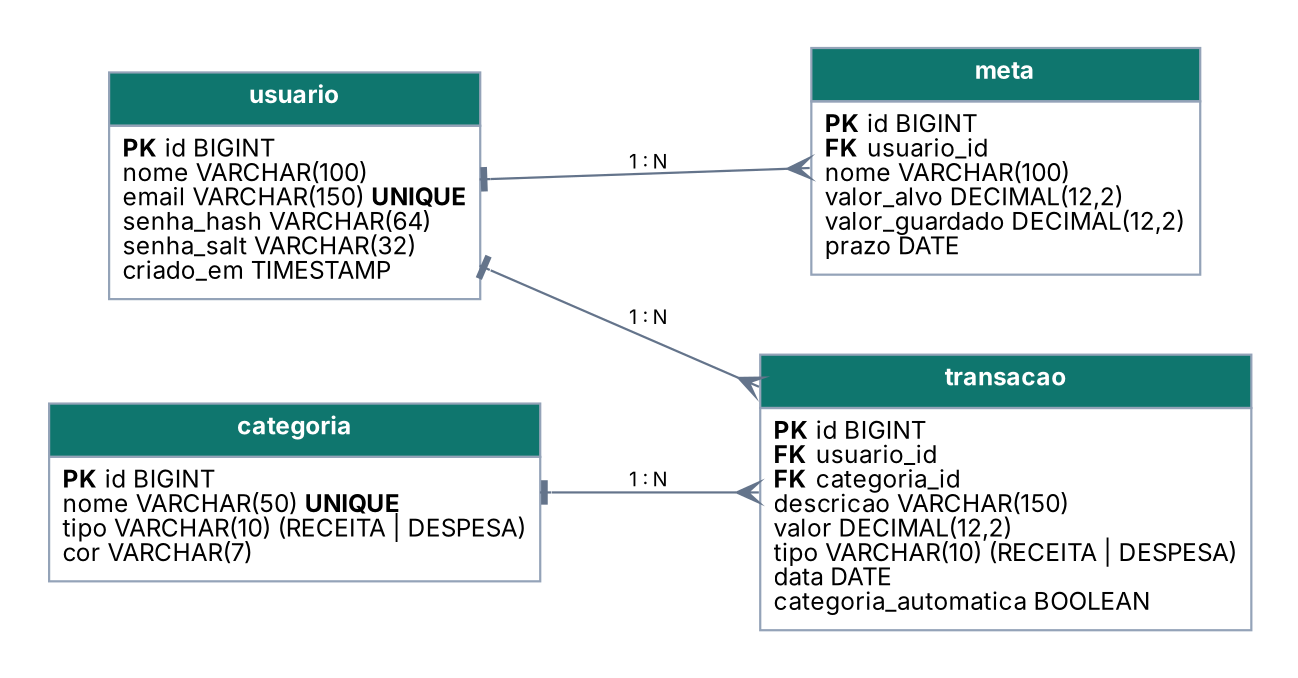
gabrielleonidass/FinIA keeps this Graphviz diagram as docs/der.png. Above is the earlier version. Its source is kept beside it as docs/der.dot.
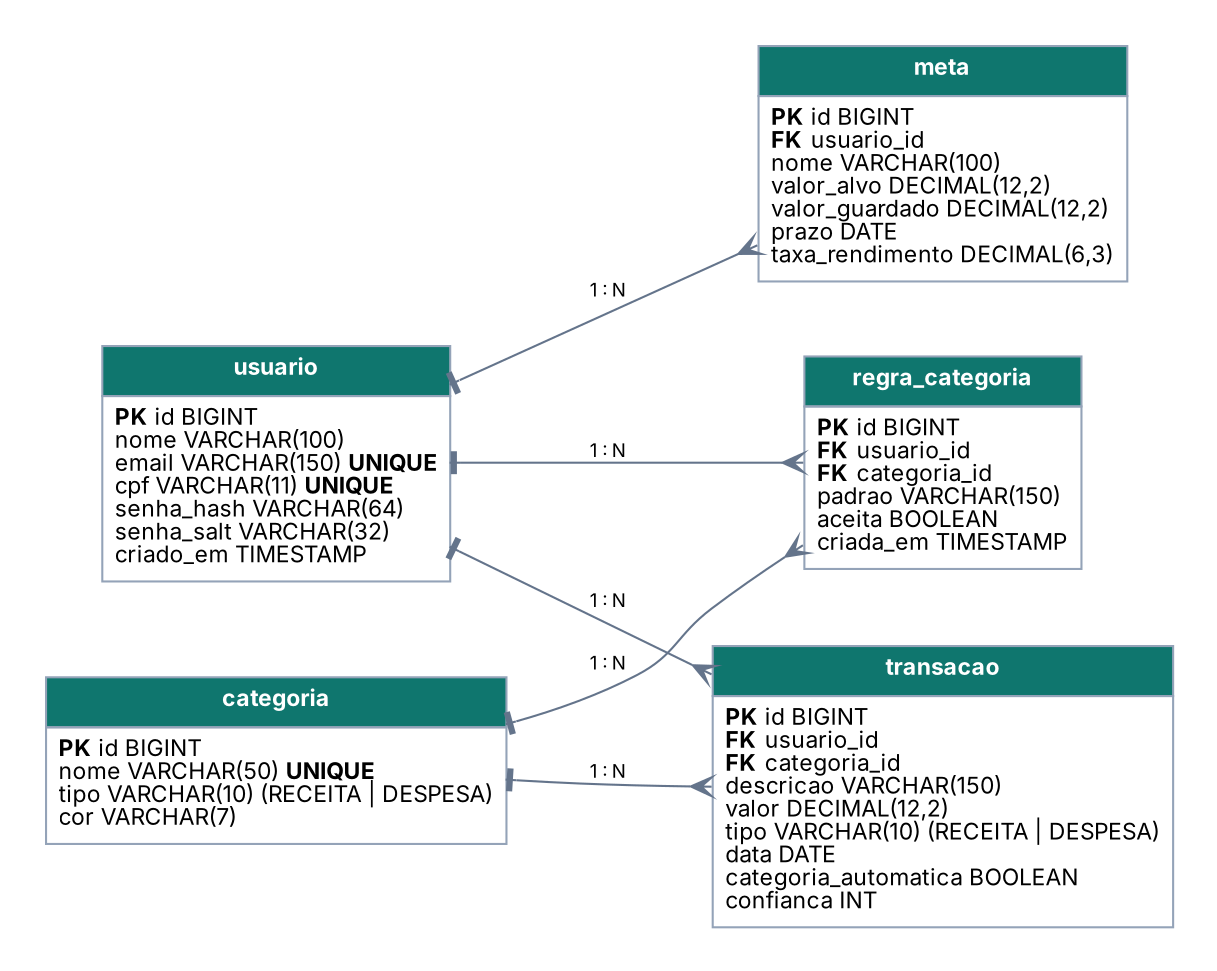
The same file after the commit.

The edit, as a diff of the source:
```diff
@@ -2,11 +2,14 @@
   graph [rankdir=LR, fontname="Inter", bgcolor="white", nodesep=0.5, ranksep=1.0, pad=0.3];
   node [shape=plain, fontname="Inter", fontsize=11];
   edge [fontname="Inter", fontsize=9, color="#64748b", arrowhead=crow, arrowtail=tee, dir=both];
-  usuario [label=<<table border="0" cellborder="1" cellspacing="0" cellpadding="5" color="#94a3b8"><tr><td bgcolor="#0f766e"><font color="white"><b>usuario</b></font></td></tr><tr><td align="left"><b>PK</b> id BIGINT<br align="left"/>nome VARCHAR(100)<br align="left"/>email VARCHAR(150) <b>UNIQUE</b><br align="left"/>senha_hash VARCHAR(64)<br align="left"/>senha_salt VARCHAR(32)<br align="left"/>criado_em TIMESTAMP<br align="left"/></td></tr></table>>];
+  usuario [label=<<table border="0" cellborder="1" cellspacing="0" cellpadding="5" color="#94a3b8"><tr><td bgcolor="#0f766e"><font color="white"><b>usuario</b></font></td></tr><tr><td align="left"><b>PK</b> id BIGINT<br align="left"/>nome VARCHAR(100)<br align="left"/>email VARCHAR(150) <b>UNIQUE</b><br align="left"/>cpf VARCHAR(11) <b>UNIQUE</b><br align="left"/>senha_hash VARCHAR(64)<br align="left"/>senha_salt VARCHAR(32)<br align="left"/>criado_em TIMESTAMP<br align="left"/></td></tr></table>>];
   categoria [label=<<table border="0" cellborder="1" cellspacing="0" cellpadding="5" color="#94a3b8"><tr><td bgcolor="#0f766e"><font color="white"><b>categoria</b></font></td></tr><tr><td align="left"><b>PK</b> id BIGINT<br align="left"/>nome VARCHAR(50) <b>UNIQUE</b><br align="left"/>tipo VARCHAR(10) (RECEITA | DESPESA)<br align="left"/>cor VARCHAR(7)<br align="left"/></td></tr></table>>];
-  transacao [label=<<table border="0" cellborder="1" cellspacing="0" cellpadding="5" color="#94a3b8"><tr><td bgcolor="#0f766e"><font color="white"><b>transacao</b></font></td></tr><tr><td align="left"><b>PK</b> id BIGINT<br align="left"/><b>FK</b> usuario_id<br align="left"/><b>FK</b> categoria_id<br align="left"/>descricao VARCHAR(150)<br align="left"/>valor DECIMAL(12,2)<br align="left"/>tipo VARCHAR(10) (RECEITA | DESPESA)<br align="left"/>data DATE<br align="left"/>categoria_automatica BOOLEAN<br align="left"/></td></tr></table>>];
-  meta [label=<<table border="0" cellborder="1" cellspacing="0" cellpadding="5" color="#94a3b8"><tr><td bgcolor="#0f766e"><font color="white"><b>meta</b></font></td></tr><tr><td align="left"><b>PK</b> id BIGINT<br align="left"/><b>FK</b> usuario_id<br align="left"/>nome VARCHAR(100)<br align="left"/>valor_alvo DECIMAL(12,2)<br align="left"/>valor_guardado DECIMAL(12,2)<br align="left"/>prazo DATE<br align="left"/></td></tr></table>>];
+  transacao [label=<<table border="0" cellborder="1" cellspacing="0" cellpadding="5" color="#94a3b8"><tr><td bgcolor="#0f766e"><font color="white"><b>transacao</b></font></td></tr><tr><td align="left"><b>PK</b> id BIGINT<br align="left"/><b>FK</b> usuario_id<br align="left"/><b>FK</b> categoria_id<br align="left"/>descricao VARCHAR(150)<br align="left"/>valor DECIMAL(12,2)<br align="left"/>tipo VARCHAR(10) (RECEITA | DESPESA)<br align="left"/>data DATE<br align="left"/>categoria_automatica BOOLEAN<br align="left"/>confianca INT<br align="left"/></td></tr></table>>];
+  meta [label=<<table border="0" cellborder="1" cellspacing="0" cellpadding="5" color="#94a3b8"><tr><td bgcolor="#0f766e"><font color="white"><b>meta</b></font></td></tr><tr><td align="left"><b>PK</b> id BIGINT<br align="left"/><b>FK</b> usuario_id<br align="left"/>nome VARCHAR(100)<br align="left"/>valor_alvo DECIMAL(12,2)<br align="left"/>valor_guardado DECIMAL(12,2)<br align="left"/>prazo DATE<br align="left"/>taxa_rendimento DECIMAL(6,3)<br align="left"/></td></tr></table>>];
   usuario -> transacao [label="  1 : N  "];
   categoria -> transacao [label="  1 : N  "];
+  regra_categoria [label=<<table border="0" cellborder="1" cellspacing="0" cellpadding="5" color="#94a3b8"><tr><td bgcolor="#0f766e"><font color="white"><b>regra_categoria</b></font></td></tr><tr><td align="left"><b>PK</b> id BIGINT<br align="left"/><b>FK</b> usuario_id<br align="left"/><b>FK</b> categoria_id<br align="left"/>padrao VARCHAR(150)<br align="left"/>aceita BOOLEAN<br align="left"/>criada_em TIMESTAMP<br align="left"/></td></tr></table>>];
   usuario -> meta [label="  1 : N  "];
+  usuario -> regra_categoria [label="  1 : N  "];
+  categoria -> regra_categoria [label="  1 : N  "];
 }
```
